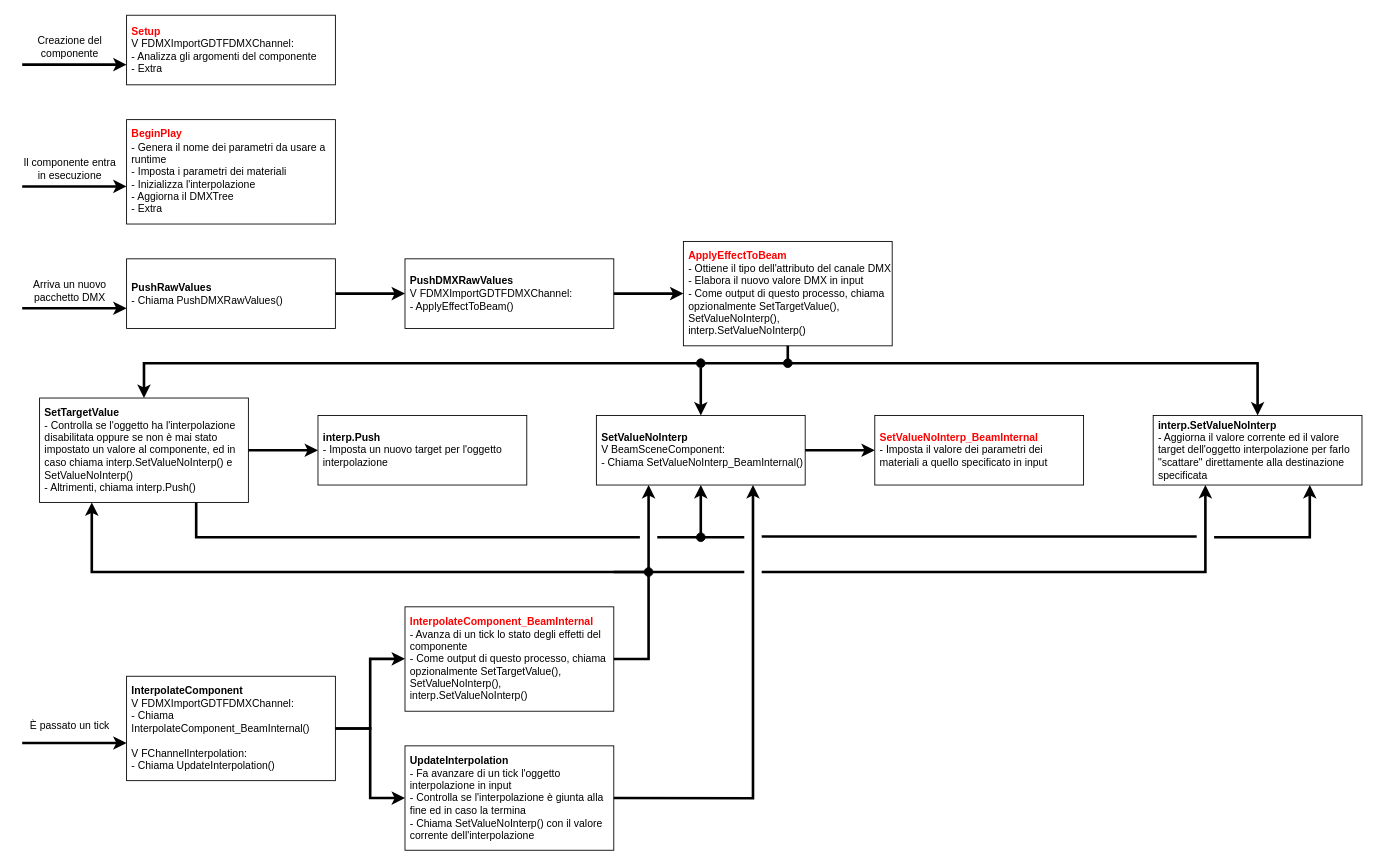
This is utils/FixtureComponentCalls.drawio from stranck/bachelor-degree-thesis-UECPGDTF, a draw.io file, before an edit. Source tidied: cells renumbered, new cells numbered last; positions are measured from the earlier drawing's top-left corner, leaving out a move shared by most shapes. Both pictures are drawn from the tidied source at 87%, with x=0, y=0 at pixel (22, 15).
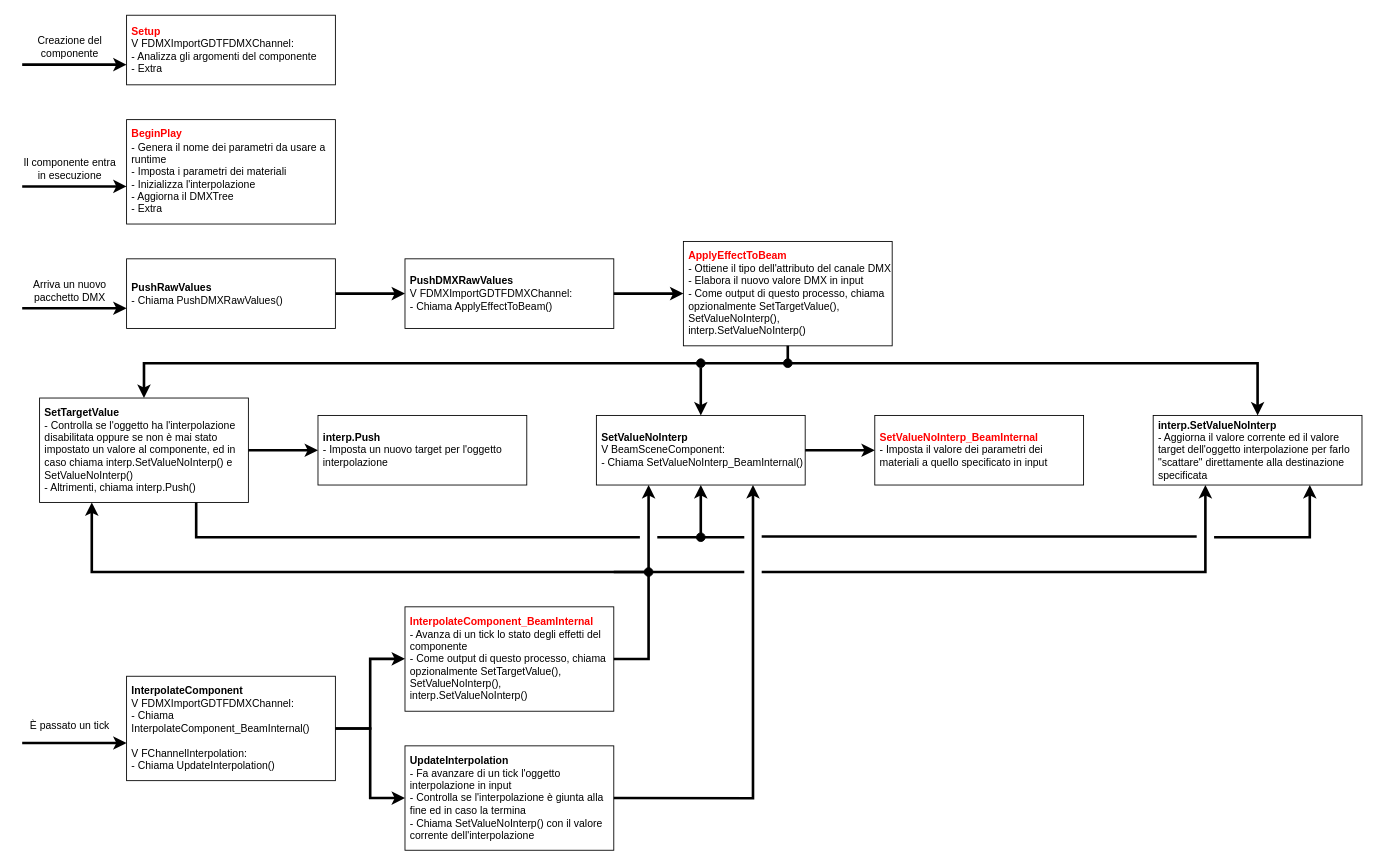
The same page after the edit.

The edit, as a diff of the source:
```diff
@@
-    <mxCell id="16" value="&lt;b&gt;PushDMXRawValues&lt;br&gt;&lt;/b&gt;V FDMXImportGDTFDMXChannel:&lt;br&gt;- ApplyEffectToBeam()" style="rounded=0;whiteSpace=wrap;html=1;align=left;spacingLeft=4;" parent="1" vertex="1">
+    <mxCell id="16" value="&lt;b&gt;PushDMXRawValues&lt;br&gt;&lt;/b&gt;V FDMXImportGDTFDMXChannel:&lt;br&gt;- Chiama ApplyEffectToBeam()" style="rounded=0;whiteSpace=wrap;html=1;align=left;spacingLeft=4;" parent="1" vertex="1">
       <mxGeometry x="440" y="280" width="240" height="80" as="geometry" />
     </mxCell>
```
